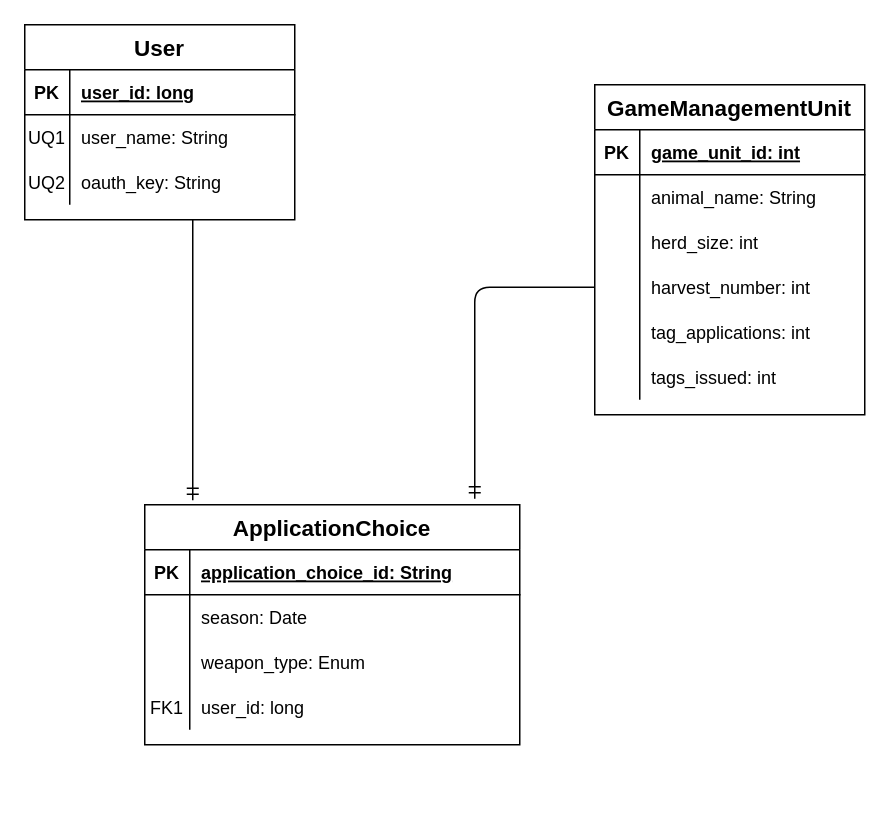
Above: docs/work/erd.drawio in ddc-java-13/top-tag (draw.io), before the change. Source tidied: cells renumbered, new cells numbered last; positions are measured from the earlier drawing's top-left corner, leaving out a move shared by most shapes. Both pictures are drawn from the tidied source at 150%, with x=0, y=0 at pixel (24, 24).
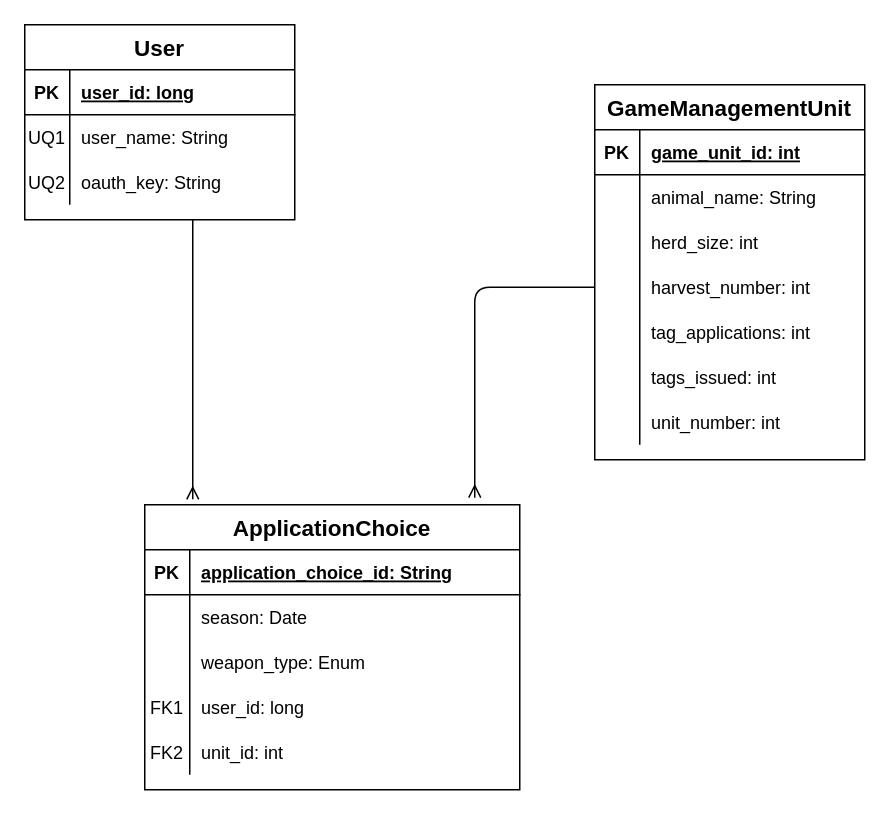
Above is the later version.

Commit message (it also covers changes not shown here):
Implemented foreign keys, rearranged ERD. Still requires @Transaction and @Query annotations.

The change refers to these unchanged cells:
```xml
<mxCell id="22" style="shape=partialRectangle;fillColor=none;top=0;left=0;bottom=0;right=0;points=[[0,0.5],[1,0.5]];portConstraint=eastwest;" parent="12" vertex="1">
  <mxGeometry y="120" width="180" height="30" as="geometry" />
</mxCell>
```

What changed in the source:
```diff
@@
     <mxCell id="12" value="GameManagementUnit" style="shape=table;startSize=30;childLayout=tableLayout;rowLines=0;fontStyle=1;align=center;fontSize=15;" parent="1" vertex="1">
-      <mxGeometry x="380" y="40" width="180" height="220" as="geometry" />
+      <mxGeometry x="380" y="40" width="180" height="250" as="geometry" />
     </mxCell>
@@
+    <mxCell id="46" style="shape=partialRectangle;fillColor=none;top=0;left=0;bottom=0;right=0;" parent="12" vertex="1">
+      <mxGeometry y="210" width="180" height="30" as="geometry" />
+    </mxCell>
+    <mxCell id="47" style="shape=partialRectangle;fillColor=none;top=0;left=0;bottom=0;right=0;overflow=hidden;" parent="46" vertex="1">
+      <mxGeometry width="30" height="30" as="geometry" />
+    </mxCell>
+    <mxCell id="48" value="unit_number: int" style="shape=partialRectangle;fillColor=none;top=0;left=0;bottom=0;right=0;align=left;spacingLeft=6;overflow=hidden;" parent="46" vertex="1">
+      <mxGeometry x="30" width="150" height="30" as="geometry" />
+    </mxCell>
     <mxCell id="31" value="ApplicationChoice" style="shape=table;startSize=30;childLayout=tableLayout;rowLines=0;fontStyle=1;align=center;fontSize=15;" parent="1" vertex="1">
-      <mxGeometry x="80" y="320" width="250" height="160" as="geometry" />
+      <mxGeometry x="80" y="320" width="250" height="190" as="geometry" />
     </mxCell>
@@
+    <mxCell id="49" style="shape=partialRectangle;fillColor=none;top=0;left=0;bottom=0;right=0;" parent="31" vertex="1">
+      <mxGeometry y="150" width="250" height="30" as="geometry" />
+    </mxCell>
+    <mxCell id="50" value="FK2" style="shape=partialRectangle;fillColor=none;top=0;left=0;bottom=0;right=0;overflow=hidden;" parent="49" vertex="1">
+      <mxGeometry width="30" height="30" as="geometry" />
+    </mxCell>
+    <mxCell id="51" value="unit_id: int" style="shape=partialRectangle;fillColor=none;top=0;left=0;bottom=0;right=0;align=left;spacingLeft=6;overflow=hidden;" parent="49" vertex="1">
+      <mxGeometry x="30" width="220" height="30" as="geometry" />
+    </mxCell>
-    <mxCell id="44" style="fontSize=12;html=1;endArrow=ERmandOne;entryX=0.128;entryY=-0.019;entryDx=0;entryDy=0;entryPerimeter=0;" parent="1" edge="1" target="31">
+    <mxCell id="44" style="fontSize=12;html=1;endArrow=ERmany;entryX=0.128;entryY=-0.019;entryDx=0;entryDy=0;entryPerimeter=0;endFill=0;" parent="1" edge="1" target="31">
       <mxGeometry relative="1" as="geometry">
         <mxPoint x="112" y="130" as="sourcePoint" />
       </mxGeometry>
     </mxCell>
-    <mxCell id="45" style="fontSize=12;html=1;endArrow=ERmandOne;edgeStyle=orthogonalEdgeStyle;exitX=0;exitY=0.5;exitDx=0;exitDy=0;entryX=0.88;entryY=-0.025;entryDx=0;entryDy=0;entryPerimeter=0;" parent="1" edge="1" source="22" target="31">
+    <mxCell id="45" style="fontSize=12;html=1;endArrow=ERmany;edgeStyle=orthogonalEdgeStyle;exitX=0;exitY=0.5;exitDx=0;exitDy=0;entryX=0.88;entryY=-0.025;entryDx=0;entryDy=0;entryPerimeter=0;endFill=0;" parent="1" edge="1" source="22" target="31">
       <mxGeometry relative="1" as="geometry" />
     </mxCell>
```
